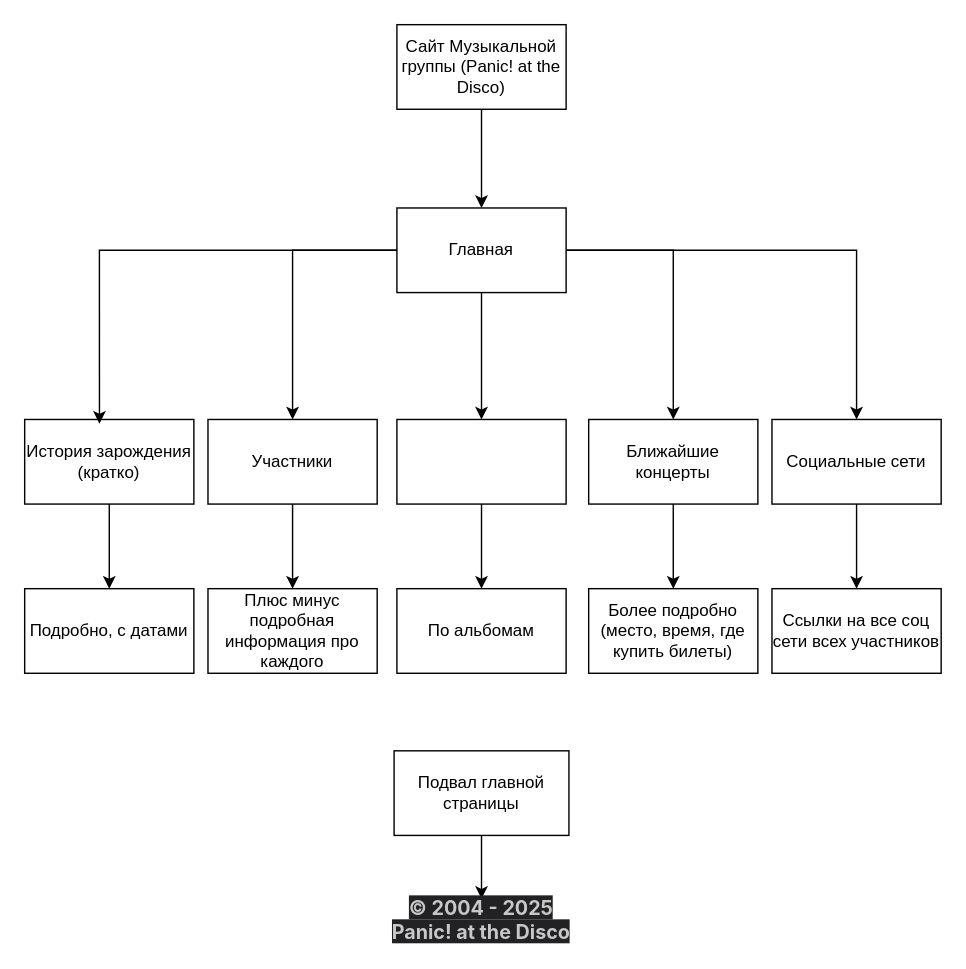
nAmee40/nAmee40.github.io keeps this draw.io diagram as Сайт для Yello.drawio. Above is the earlier version. Source tidied: cells renumbered, new cells numbered last; positions are measured from the earlier drawing's top-left corner, leaving out a move shared by most shapes. Both pictures are drawn from the tidied source at 141%, with x=0, y=0 at pixel (24, 24).
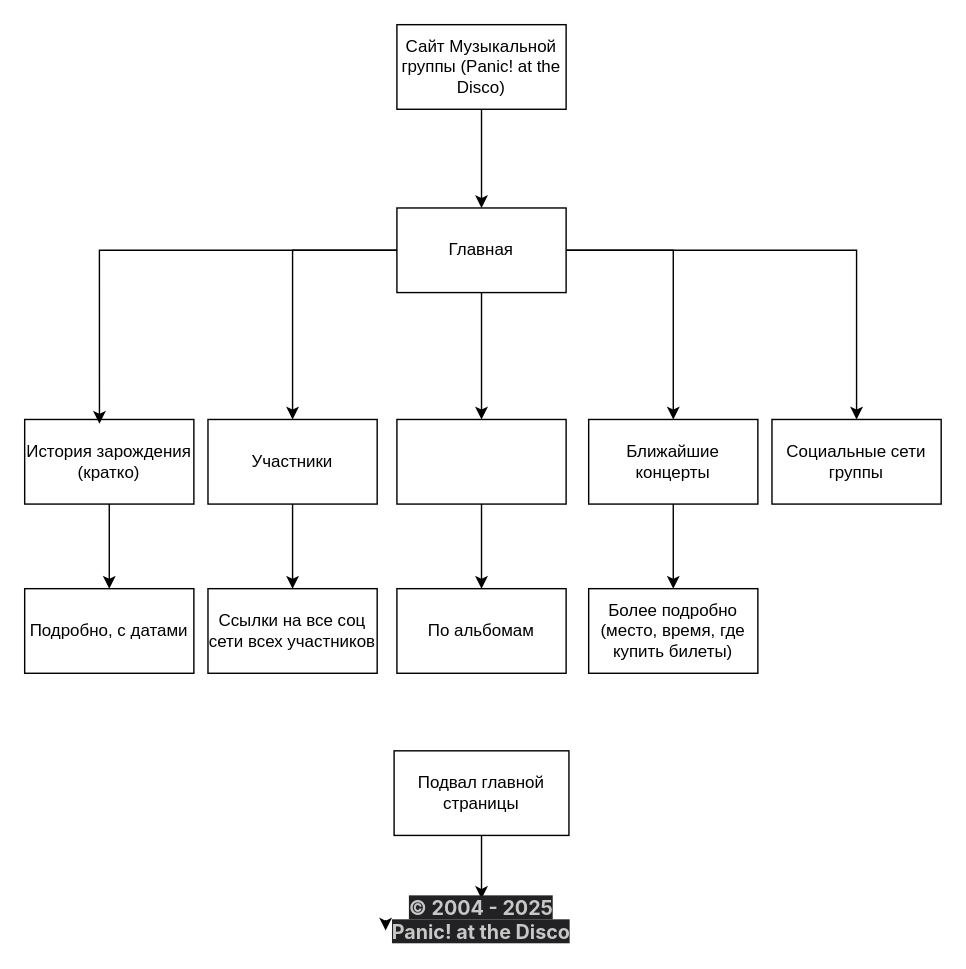
Above is the later version.

Unchanged cells that the change refers to:
```xml
<mxCell id="10" value="Участники" style="rounded=0;whiteSpace=wrap;html=1;" parent="1" vertex="1">
  <mxGeometry x="130" y="280" width="120" height="60" as="geometry" />
</mxCell>
<mxCell id="27" value="&lt;strong style=&quot;color: rgba(255, 255, 255, 0.75); font-family: &amp;quot;YS Text&amp;quot;, -apple-system, BlinkMacSystemFont, Arial, Helvetica, sans-serif; font-size: 14px; text-align: start; background-color: rgb(34, 34, 36);&quot; class=&quot;RichFactdown-StrongEmphasis&quot;&gt;© 2004 - 2025 Panic! at the Disco&lt;/strong&gt;" style="text;html=1;align=center;verticalAlign=middle;whiteSpace=wrap;rounded=0;" parent="1" vertex="1">
  <mxGeometry x="256" y="620" width="136" height="30" as="geometry" />
</mxCell>
```

Diff of the diagram source:
```diff
@@
-    <mxCell id="9" style="edgeStyle=orthogonalEdgeStyle;rounded=0;jettySize=auto;html=1;entryX=0.5;entryY=0;entryDx=0;entryDy=0;" parent="1" edge="1" source="10" target="23">
-      <mxGeometry relative="1" as="geometry" />
-    </mxCell>
+    <mxCell id="28" style="edgeStyle=orthogonalEdgeStyle;rounded=0;jettySize=auto;html=1;exitX=0.5;exitY=1;exitDx=0;exitDy=0;" parent="1" edge="1" source="10" target="22">
+      <mxGeometry relative="1" as="geometry" />
+    </mxCell>
@@
-    <mxCell id="16" style="edgeStyle=orthogonalEdgeStyle;rounded=0;jettySize=auto;html=1;entryX=0.5;entryY=0;entryDx=0;entryDy=0;" parent="1" edge="1" source="17" target="22">
-      <mxGeometry relative="1" as="geometry" />
-    </mxCell>
-    <mxCell id="17" value="Социальные сети" style="rounded=0;whiteSpace=wrap;html=1;" parent="1" vertex="1">
+    <mxCell id="17" value="Социальные сети группы" style="rounded=0;whiteSpace=wrap;html=1;" parent="1" vertex="1">
       <mxGeometry x="530" y="280" width="120" height="60" as="geometry" />
     </mxCell>
@@
     <mxCell id="22" value="Ссылки на все соц сети всех участников" style="rounded=0;whiteSpace=wrap;html=1;" parent="1" vertex="1">
-      <mxGeometry x="530" y="400" width="120" height="60" as="geometry" />
+      <mxGeometry x="130" y="400" width="120" height="60" as="geometry" />
     </mxCell>
-    <mxCell id="23" value="Плюс минус подробная информация про каждого" style="rounded=0;whiteSpace=wrap;html=1;" parent="1" vertex="1">
-      <mxGeometry x="130" y="400" width="120" height="60" as="geometry" />
-    </mxCell>
@@
+    <mxCell id="29" style="edgeStyle=orthogonalEdgeStyle;rounded=0;orthogonalLoop=1;jettySize=auto;html=1;exitX=0;exitY=0.5;exitDx=0;exitDy=0;entryX=0;entryY=0.75;entryDx=0;entryDy=0;" parent="1" edge="1" source="27" target="27">
+      <mxGeometry relative="1" as="geometry" />
+    </mxCell>
```
